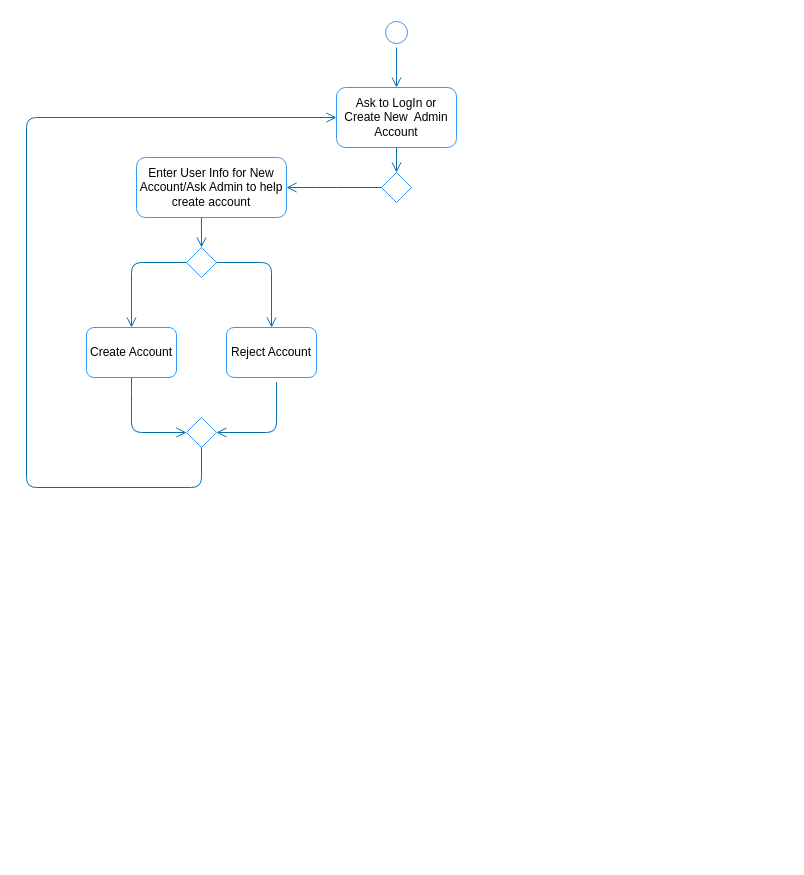
Before: Diagrams/AdminActivityDiagram.drawio in schurch82/High-Five-Star, a draw.io diagram. Source tidied: cells renumbered, new cells numbered last; positions are measured from the earlier drawing's top-left corner, leaving out a move shared by most shapes. Both pictures are drawn from the tidied source at 100%, with x=0, y=0 at pixel (26, 17).
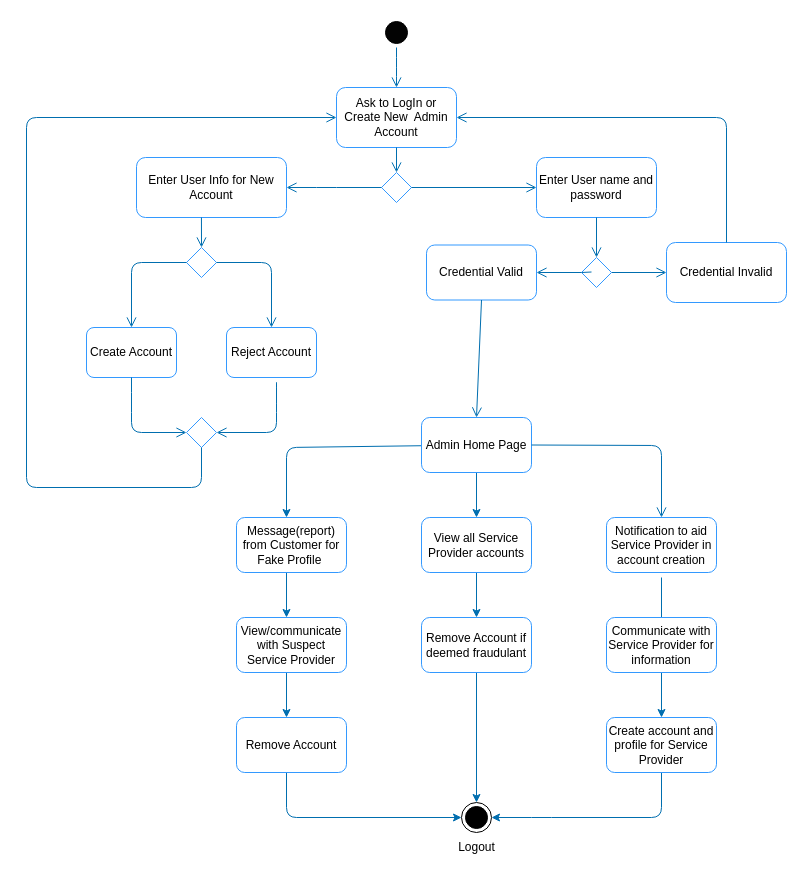
The same diagram, later.

Commit message:
completes activity flow

Unchanged cells that the change refers to:
```xml
<mxCell id="4" value="Ask to LogIn or Create New&amp;nbsp; Admin Account" style="rounded=1;whiteSpace=wrap;html=1;strokeColor=#3399FF;" parent="1" vertex="1">
  <mxGeometry x="310" y="70" width="120" height="60" as="geometry" />
</mxCell>
<mxCell id="16" style="rhombus;strokeColor=#3399FF;" parent="1" vertex="1">
  <mxGeometry x="355" y="155" width="30" height="30" as="geometry" />
</mxCell>
```

The edit, as a diff of the source:
```diff
@@
-    <mxCell id="2" style="ellipse;html=1;shape=startState;strokeColor=#3399FF;" parent="1" vertex="1">
+    <mxCell id="2" style="ellipse;html=1;shape=startState;fillColor=#030303;" parent="1" vertex="1">
       <mxGeometry x="355" width="30" height="30" as="geometry" />
     </mxCell>
@@
-    <mxCell id="5" value="Enter User Info for New Account/Ask Admin to help create account" style="rounded=1;whiteSpace=wrap;html=1;strokeColor=#3399FF;" parent="1" vertex="1">
+    <mxCell id="5" value="Enter User Info for New Account" style="rounded=1;whiteSpace=wrap;html=1;strokeColor=#3399FF;" parent="1" vertex="1">
       <mxGeometry x="110" y="140" width="150" height="60" as="geometry" />
     </mxCell>
@@
+    <mxCell id="19" value="Enter User name and password" style="rounded=1;whiteSpace=wrap;html=1;strokeColor=#3399FF;" parent="1" vertex="1">
+      <mxGeometry x="510" y="140" width="120" height="60" as="geometry" />
+    </mxCell>
+    <mxCell id="20" style="endArrow=open;startArrow=none;endFill=0;startFill=0;endSize=8;html=1;verticalAlign=bottom;labelBackgroundColor=none;strokeWidth=1;fillColor=#1ba1e2;strokeColor=#006EAF;exitX=1;exitY=0.5;exitDx=0;exitDy=0;entryX=0;entryY=0.5;entryDx=0;entryDy=0;entryPerimeter=0;" parent="1" edge="1" source="16" target="19">
+      <mxGeometry relative="1" as="geometry" />
+    </mxCell>
+    <mxCell id="21" value="Credential Valid" style="rounded=1;whiteSpace=wrap;html=1;strokeColor=#3399FF;" parent="1" vertex="1">
+      <mxGeometry x="400" y="227.5" width="110" height="55" as="geometry" />
+    </mxCell>
+    <mxCell id="22" value="Credential Invalid" style="rounded=1;whiteSpace=wrap;html=1;strokeColor=#3399FF;" parent="1" vertex="1">
+      <mxGeometry x="640" y="225" width="120" height="60" as="geometry" />
+    </mxCell>
+    <mxCell id="23" style="endArrow=open;startArrow=none;endFill=0;startFill=0;endSize=8;html=1;verticalAlign=bottom;labelBackgroundColor=none;strokeWidth=1;fillColor=#1ba1e2;strokeColor=#006EAF;exitX=0.5;exitY=1;exitDx=0;exitDy=0;" parent="1" edge="1" source="19" target="26">
+      <mxGeometry relative="1" as="geometry" />
+    </mxCell>
+    <mxCell id="24" style="endArrow=open;startArrow=none;endFill=0;startFill=0;endSize=8;html=1;verticalAlign=bottom;labelBackgroundColor=none;strokeWidth=1;fillColor=#1ba1e2;strokeColor=#006EAF;exitX=1;exitY=0.5;exitDx=0;exitDy=0;entryX=0;entryY=0.5;entryDx=0;entryDy=0;" parent="1" edge="1" source="26" target="22">
+      <mxGeometry relative="1" as="geometry" />
+    </mxCell>
+    <mxCell id="25" style="endArrow=open;startArrow=none;endFill=0;startFill=0;endSize=8;html=1;verticalAlign=bottom;labelBackgroundColor=none;strokeWidth=1;fillColor=#1ba1e2;strokeColor=#006EAF;exitX=0;exitY=0.5;exitDx=0;exitDy=0;entryX=1;entryY=0.5;entryDx=0;entryDy=0;" parent="1" edge="1" source="26" target="21">
+      <mxGeometry relative="1" as="geometry" />
+    </mxCell>
+    <mxCell id="26" style="rhombus;strokeColor=#3399FF;" parent="1" vertex="1">
+      <mxGeometry x="555" y="240" width="30" height="30" as="geometry" />
+    </mxCell>
+    <mxCell id="27" style="endArrow=none;startArrow=none;endFill=0;startFill=0;endSize=8;html=1;verticalAlign=bottom;labelBackgroundColor=none;strokeWidth=1;fillColor=#1ba1e2;strokeColor=#006EAF;exitX=1;exitY=0.5;exitDx=0;exitDy=0;entryX=0;entryY=0.5;entryDx=0;entryDy=0;" parent="1" edge="1" target="26">
+      <mxGeometry relative="1" as="geometry">
+        <mxPoint x="565" y="254.5" as="sourcePoint" />
+      </mxGeometry>
+    </mxCell>
+    <mxCell id="28" style="endArrow=open;startArrow=none;endFill=0;startFill=0;endSize=8;html=1;verticalAlign=bottom;labelBackgroundColor=none;strokeWidth=1;fillColor=#1ba1e2;strokeColor=#006EAF;exitX=0.5;exitY=0;exitDx=0;exitDy=0;entryX=1;entryY=0.5;entryDx=0;entryDy=0;" parent="1" edge="1" source="22" target="4">
+      <mxGeometry relative="1" as="geometry">
+        <Array as="points">
+          <mxPoint x="700" y="100" />
+        </Array>
+      </mxGeometry>
+    </mxCell>
+    <mxCell id="29" style="endArrow=open;startArrow=none;endFill=0;startFill=0;endSize=8;html=1;verticalAlign=bottom;labelBackgroundColor=none;strokeWidth=1;fillColor=#1ba1e2;strokeColor=#006EAF;exitX=0.5;exitY=1;exitDx=0;exitDy=0;entryX=0.5;entryY=0;entryDx=0;entryDy=0;" parent="1" edge="1" source="21" target="32">
+      <mxGeometry relative="1" as="geometry" />
+    </mxCell>
+    <mxCell id="30" style="edgeStyle=none;html=1;entryX=0.5;entryY=0;entryDx=0;entryDy=0;fillColor=#1ba1e2;strokeColor=#006EAF;" parent="1" edge="1" source="32" target="47">
+      <mxGeometry relative="1" as="geometry" />
+    </mxCell>
+    <mxCell id="31" style="edgeStyle=none;html=1;fillColor=#1ba1e2;strokeColor=#006EAF;" parent="1" edge="1" source="32">
+      <mxGeometry relative="1" as="geometry">
+        <mxPoint x="260" y="500" as="targetPoint" />
+        <Array as="points">
+          <mxPoint x="260" y="430" />
+        </Array>
+      </mxGeometry>
+    </mxCell>
+    <mxCell id="32" value="Admin Home Page" style="rounded=1;whiteSpace=wrap;html=1;strokeColor=#3399FF;" parent="1" vertex="1">
+      <mxGeometry x="395" y="400" width="110" height="55" as="geometry" />
+    </mxCell>
+    <mxCell id="33" value="Notification to aid Service Provider in account creation" style="rounded=1;whiteSpace=wrap;html=1;strokeColor=#3399FF;" parent="1" vertex="1">
+      <mxGeometry x="580" y="500" width="110" height="55" as="geometry" />
+    </mxCell>
+    <mxCell id="34" style="endArrow=open;startArrow=none;endFill=0;startFill=0;endSize=8;html=1;verticalAlign=bottom;labelBackgroundColor=none;strokeWidth=1;fillColor=#1ba1e2;strokeColor=#006EAF;exitX=1;exitY=0.5;exitDx=0;exitDy=0;entryX=0.5;entryY=0;entryDx=0;entryDy=0;" parent="1" edge="1" source="32" target="33">
+      <mxGeometry relative="1" as="geometry">
+        <Array as="points">
+          <mxPoint x="635" y="428" />
+        </Array>
+      </mxGeometry>
+    </mxCell>
+    <mxCell id="35" style="endArrow=open;startArrow=none;endFill=0;startFill=0;endSize=8;html=1;verticalAlign=bottom;labelBackgroundColor=none;strokeWidth=1;fillColor=#1ba1e2;strokeColor=#006EAF;" parent="1" edge="1">
+      <mxGeometry relative="1" as="geometry">
+        <mxPoint x="635" y="560" as="sourcePoint" />
+        <mxPoint x="635" y="620" as="targetPoint" />
+      </mxGeometry>
+    </mxCell>
+    <mxCell id="36" style="edgeStyle=none;html=1;entryX=0.5;entryY=0;entryDx=0;entryDy=0;fillColor=#1ba1e2;strokeColor=#006EAF;" parent="1" edge="1" source="37" target="39">
+      <mxGeometry relative="1" as="geometry" />
+    </mxCell>
+    <mxCell id="37" value="Communicate with Service Provider for information" style="rounded=1;whiteSpace=wrap;html=1;strokeColor=#3399FF;" parent="1" vertex="1">
+      <mxGeometry x="580" y="600" width="110" height="55" as="geometry" />
+    </mxCell>
+    <mxCell id="38" style="edgeStyle=none;html=1;entryX=1;entryY=0.5;entryDx=0;entryDy=0;fillColor=#1ba1e2;strokeColor=#006EAF;" parent="1" edge="1" source="39" target="50">
+      <mxGeometry relative="1" as="geometry">
+        <Array as="points">
+          <mxPoint x="635" y="800" />
+          <mxPoint x="515" y="800" />
+        </Array>
+      </mxGeometry>
+    </mxCell>
+    <mxCell id="39" value="Create account and profile for Service Provider" style="rounded=1;whiteSpace=wrap;html=1;strokeColor=#3399FF;" parent="1" vertex="1">
+      <mxGeometry x="580" y="700" width="110" height="55" as="geometry" />
+    </mxCell>
+    <mxCell id="40" style="edgeStyle=none;html=1;fillColor=#1ba1e2;strokeColor=#006EAF;" parent="1" edge="1">
+      <mxGeometry relative="1" as="geometry">
+        <mxPoint x="260" y="555" as="sourcePoint" />
+        <mxPoint x="260" y="600" as="targetPoint" />
+      </mxGeometry>
+    </mxCell>
+    <mxCell id="41" value="Message(report)&lt;br&gt;from Customer for Fake Profile&amp;nbsp;" style="rounded=1;whiteSpace=wrap;html=1;strokeColor=#3399FF;" parent="1" vertex="1">
+      <mxGeometry x="210" y="500" width="110" height="55" as="geometry" />
+    </mxCell>
+    <mxCell id="42" style="edgeStyle=none;html=1;entryX=0.5;entryY=0;entryDx=0;entryDy=0;fillColor=#1ba1e2;strokeColor=#006EAF;" parent="1" edge="1">
+      <mxGeometry relative="1" as="geometry">
+        <mxPoint x="260" y="655" as="sourcePoint" />
+        <mxPoint x="260" y="700" as="targetPoint" />
+      </mxGeometry>
+    </mxCell>
+    <mxCell id="43" value="View/communicate with Suspect Service Provider" style="rounded=1;whiteSpace=wrap;html=1;strokeColor=#3399FF;" parent="1" vertex="1">
+      <mxGeometry x="210" y="600" width="110" height="55" as="geometry" />
+    </mxCell>
+    <mxCell id="44" style="edgeStyle=none;html=1;entryX=0;entryY=0.5;entryDx=0;entryDy=0;fillColor=#1ba1e2;strokeColor=#006EAF;" parent="1" edge="1" target="50">
+      <mxGeometry relative="1" as="geometry">
+        <mxPoint x="260" y="755" as="sourcePoint" />
+        <Array as="points">
+          <mxPoint x="260" y="800" />
+        </Array>
+      </mxGeometry>
+    </mxCell>
+    <mxCell id="45" value="Remove Account" style="rounded=1;whiteSpace=wrap;html=1;strokeColor=#3399FF;" parent="1" vertex="1">
+      <mxGeometry x="210" y="700" width="110" height="55" as="geometry" />
+    </mxCell>
+    <mxCell id="46" style="edgeStyle=none;html=1;fillColor=#1ba1e2;strokeColor=#006EAF;" parent="1" edge="1" source="47" target="49">
+      <mxGeometry relative="1" as="geometry" />
+    </mxCell>
+    <mxCell id="47" value="View all Service Provider accounts" style="rounded=1;whiteSpace=wrap;html=1;strokeColor=#3399FF;" parent="1" vertex="1">
+      <mxGeometry x="395" y="500" width="110" height="55" as="geometry" />
+    </mxCell>
+    <mxCell id="48" style="edgeStyle=none;html=1;entryX=0.5;entryY=0;entryDx=0;entryDy=0;fillColor=#1ba1e2;strokeColor=#006EAF;" parent="1" edge="1" source="49" target="50">
+      <mxGeometry relative="1" as="geometry" />
+    </mxCell>
+    <mxCell id="49" value="Remove Account if deemed fraudulant" style="rounded=1;whiteSpace=wrap;html=1;strokeColor=#3399FF;" parent="1" vertex="1">
+      <mxGeometry x="395" y="600" width="110" height="55" as="geometry" />
+    </mxCell>
+    <mxCell id="50" style="ellipse;html=1;shape=endState;fillColor=#000000;strokeColor=#000000;" parent="1" vertex="1">
+      <mxGeometry x="435" y="785" width="30" height="30" as="geometry" />
+    </mxCell>
+    <mxCell id="51" value="Logout" style="text;html=1;align=center;verticalAlign=middle;strokeColor=none;fillColor=none;" parent="1" vertex="1">
+      <mxGeometry x="425" y="820" width="50" height="20" as="geometry" />
+    </mxCell>
```
